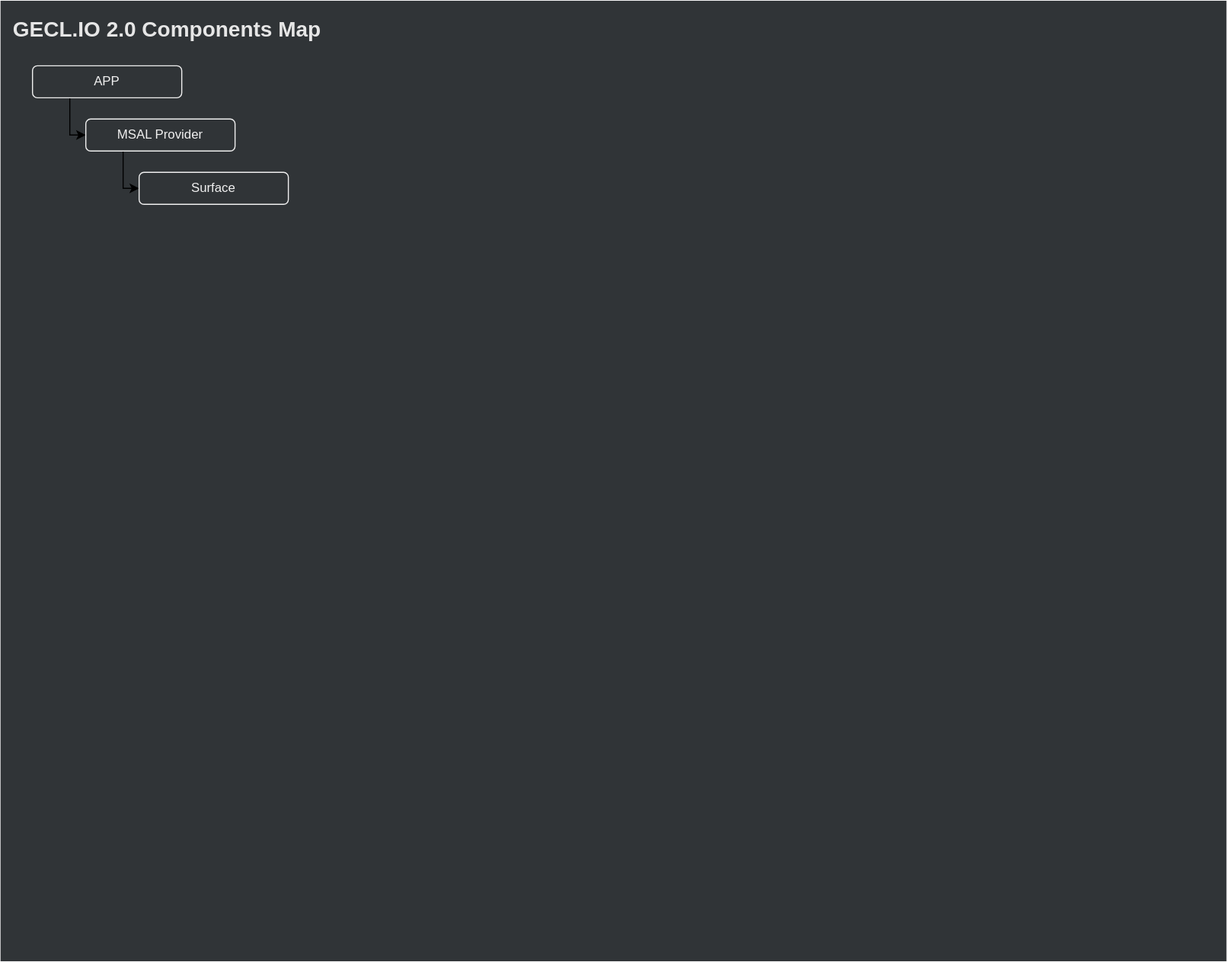
Earlier version of the draw.io export assets/.draw.io/documents/geclio2-components-diagram.svg (jiholee-ntwglobal/jiholee-ntwglobal.github.io). Source tidied: cells renumbered, new cells last; positions are measured from the earlier drawing's top-left corner, leaving out a move shared by most shapes.
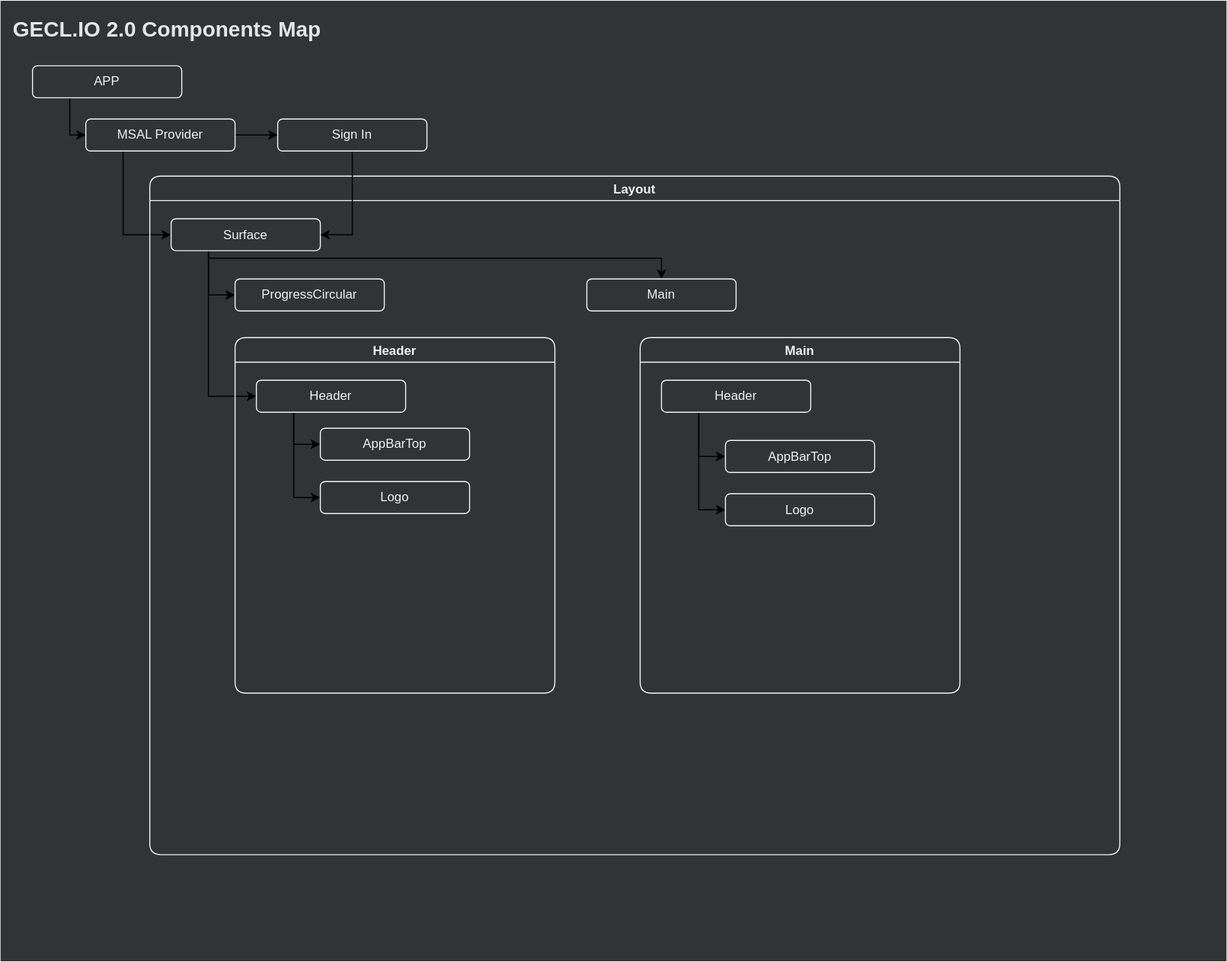
The same file after the commit.

What changed in the source:
```diff
@@ -22,15 +22,178 @@
     <mxCell id="7" style="edgeStyle=orthogonalEdgeStyle;rounded=0;jettySize=auto;html=1;exitX=0.25;exitY=1;exitDx=0;exitDy=0;entryX=0;entryY=0.5;entryDx=0;entryDy=0;" parent="3" edge="1" source="8" target="9">
       <mxGeometry relative="1" as="geometry">
         <Array as="points">
-          <mxPoint x="115" y="176" />
+          <mxPoint x="115" y="220" />
         </Array>
       </mxGeometry>
     </mxCell>
+    <mxCell id="10" style="edgeStyle=orthogonalEdgeStyle;rounded=0;jettySize=auto;html=1;entryX=0;entryY=0.5;entryDx=0;entryDy=0;" parent="3" edge="1" source="8" target="41">
+      <mxGeometry relative="1" as="geometry" />
+    </mxCell>
     <mxCell id="8" value="MSAL Provider" style="rounded=1;whiteSpace=wrap;html=1;fontColor=#F0F0F0;strokeColor=#F0F0F0;fillColor=#303437;" parent="3" vertex="1">
       <mxGeometry x="80" y="111" width="140" height="30" as="geometry" />
     </mxCell>
+    <mxCell id="11" value="Layout" style="swimlane;rounded=1;fillColor=none;fontColor=#F0F0F0;strokeColor=#F2F2F2;" parent="3" vertex="1">
+      <mxGeometry x="140" y="164.5" width="910" height="636.5" as="geometry" />
+    </mxCell>
+    <mxCell id="12" style="edgeStyle=orthogonalEdgeStyle;rounded=0;jettySize=auto;html=1;entryX=1;entryY=0.5;entryDx=0;entryDy=0;strokeColor=#CCE5FF;" parent="11" edge="1" source="x">
+      <mxGeometry relative="1" as="geometry">
+        <mxPoint x="175" y="240" as="targetPoint" />
+      </mxGeometry>
+    </mxCell>
+    <mxCell id="13" style="edgeStyle=orthogonalEdgeStyle;rounded=1;jettySize=auto;html=1;entryX=0;entryY=0.5;entryDx=0;entryDy=0;strokeColor=#FFFFCC;startArrow=classic;startFill=1;jumpStyle=arc;exitX=0.5;exitY=1;exitDx=0;exitDy=0;" parent="11" edge="1" target="x">
+      <mxGeometry relative="1" as="geometry">
+        <mxPoint x="110" y="275" as="sourcePoint" />
+        <Array as="points">
+          <mxPoint x="110" y="378" />
+        </Array>
+      </mxGeometry>
+    </mxCell>
+    <mxCell id="14" style="edgeStyle=orthogonalEdgeStyle;rounded=1;jettySize=auto;html=1;strokeColor=#CCE5FF;jumpStyle=arc;entryX=1;entryY=0.5;entryDx=0;entryDy=0;exitX=0.5;exitY=1;exitDx=0;exitDy=0;startArrow=classic;startFill=1;" parent="11" edge="1" target="x">
+      <mxGeometry relative="1" as="geometry">
+        <mxPoint x="280" y="275" as="sourcePoint" />
+        <Array as="points">
+          <mxPoint x="280" y="378" />
+        </Array>
+      </mxGeometry>
+    </mxCell>
+    <mxCell id="15" style="edgeStyle=orthogonalEdgeStyle;rounded=1;jettySize=auto;html=1;entryX=0.5;entryY=1;entryDx=0;entryDy=0;startArrow=classic;startFill=1;strokeColor=#FFFFCC;" parent="11" edge="1" source="x">
+      <mxGeometry relative="1" as="geometry">
+        <mxPoint x="195" y="130" as="targetPoint" />
+      </mxGeometry>
+    </mxCell>
+    <mxCell id="16" style="edgeStyle=orthogonalEdgeStyle;rounded=1;jettySize=auto;html=1;startArrow=none;startFill=0;exitX=1;exitY=0.25;exitDx=0;exitDy=0;strokeColor=#FFCCE6;jumpStyle=arc;entryX=0.75;entryY=0;entryDx=0;entryDy=0;" parent="11" edge="1" target="x">
+      <mxGeometry relative="1" as="geometry">
+        <mxPoint x="270" y="77.5" as="sourcePoint" />
+        <Array as="points">
+          <mxPoint x="313" y="78" />
+          <mxPoint x="313" y="115" />
+        </Array>
+      </mxGeometry>
+    </mxCell>
+    <mxCell id="17" style="edgeStyle=orthogonalEdgeStyle;rounded=0;jettySize=auto;html=1;exitX=0.25;exitY=1;exitDx=0;exitDy=0;entryX=0;entryY=0.5;entryDx=0;entryDy=0;" parent="11" edge="1" source="9" target="20">
+      <mxGeometry relative="1" as="geometry">
+        <Array as="points">
+          <mxPoint x="55" y="112" />
+        </Array>
+      </mxGeometry>
+    </mxCell>
+    <mxCell id="18" style="edgeStyle=orthogonalEdgeStyle;rounded=0;jettySize=auto;html=1;exitX=0.25;exitY=1;exitDx=0;exitDy=0;entryX=0;entryY=0.5;entryDx=0;entryDy=0;" parent="11" edge="1" source="9" target="28">
+      <mxGeometry relative="1" as="geometry">
+        <Array as="points">
+          <mxPoint x="55" y="207" />
+        </Array>
+      </mxGeometry>
+    </mxCell>
+    <mxCell id="19" style="edgeStyle=orthogonalEdgeStyle;rounded=0;jettySize=auto;html=1;exitX=0.25;exitY=1;exitDx=0;exitDy=0;entryX=0.5;entryY=0;entryDx=0;entryDy=0;" parent="11" edge="1" source="9" target="21">
+      <mxGeometry relative="1" as="geometry">
+        <Array as="points">
+          <mxPoint x="55" y="77" />
+          <mxPoint x="480" y="77" />
+        </Array>
+      </mxGeometry>
+    </mxCell>
-    <mxCell id="9" value="Surface" style="rounded=1;whiteSpace=wrap;html=1;fontColor=#F0F0F0;strokeColor=#F0F0F0;fillColor=#303437;" parent="3" vertex="1">
-      <mxGeometry x="130" y="161" width="140" height="30" as="geometry" />
+    <mxCell id="9" value="Surface" style="rounded=1;whiteSpace=wrap;html=1;fontColor=#F0F0F0;strokeColor=#F0F0F0;fillColor=#303437;" parent="11" vertex="1">
+      <mxGeometry x="20" y="40" width="140" height="30" as="geometry" />
     </mxCell>
+    <mxCell id="20" value="ProgressCircular" style="rounded=1;whiteSpace=wrap;html=1;fontColor=#F0F0F0;strokeColor=#F0F0F0;fillColor=#303437;" parent="11" vertex="1">
+      <mxGeometry x="80" y="96.5" width="140" height="30" as="geometry" />
+    </mxCell>
+    <mxCell id="21" value="Main" style="rounded=1;whiteSpace=wrap;html=1;fontColor=#F0F0F0;strokeColor=#F0F0F0;fillColor=#303437;" parent="11" vertex="1">
+      <mxGeometry x="410" y="96.5" width="140" height="30" as="geometry" />
+    </mxCell>
+    <mxCell id="22" value="Header" style="swimlane;rounded=1;fillColor=none;fontColor=#F0F0F0;strokeColor=#F2F2F2;" parent="11" vertex="1">
+      <mxGeometry x="80" y="151.5" width="300" height="333.5" as="geometry" />
+    </mxCell>
+    <mxCell id="23" style="edgeStyle=orthogonalEdgeStyle;rounded=0;orthogonalLoop=1;jettySize=auto;html=1;entryX=1;entryY=0.5;entryDx=0;entryDy=0;strokeColor=#CCE5FF;" parent="22" edge="1">
+      <mxGeometry relative="1" as="geometry">
+        <mxPoint x="175" y="240" as="targetPoint" />
+      </mxGeometry>
+    </mxCell>
+    <mxCell id="24" style="edgeStyle=orthogonalEdgeStyle;rounded=1;orthogonalLoop=1;jettySize=auto;html=1;entryX=0;entryY=0.5;entryDx=0;entryDy=0;strokeColor=#FFFFCC;startArrow=classic;startFill=1;jumpStyle=arc;exitX=0.5;exitY=1;exitDx=0;exitDy=0;" parent="22" edge="1">
+      <mxGeometry relative="1" as="geometry">
+        <mxPoint x="110" y="275" as="sourcePoint" />
+        <Array as="points">
+          <mxPoint x="110" y="378" />
+        </Array>
+      </mxGeometry>
+    </mxCell>
+    <mxCell id="25" style="edgeStyle=orthogonalEdgeStyle;rounded=1;orthogonalLoop=1;jettySize=auto;html=1;entryX=0.5;entryY=1;entryDx=0;entryDy=0;startArrow=classic;startFill=1;strokeColor=#FFFFCC;" parent="22" edge="1">
+      <mxGeometry relative="1" as="geometry">
+        <mxPoint x="195" y="130" as="targetPoint" />
+      </mxGeometry>
+    </mxCell>
+    <mxCell id="26" style="edgeStyle=orthogonalEdgeStyle;rounded=0;jettySize=auto;html=1;exitX=0.25;exitY=1;exitDx=0;exitDy=0;entryX=0;entryY=0.5;entryDx=0;entryDy=0;" parent="22" edge="1" source="28" target="29">
+      <mxGeometry relative="1" as="geometry">
+        <Array as="points">
+          <mxPoint x="55" y="100" />
+        </Array>
+      </mxGeometry>
+    </mxCell>
+    <mxCell id="27" style="edgeStyle=orthogonalEdgeStyle;rounded=0;jettySize=auto;html=1;exitX=0.25;exitY=1;exitDx=0;exitDy=0;entryX=0;entryY=0.5;entryDx=0;entryDy=0;" parent="22" edge="1" source="28" target="30">
+      <mxGeometry relative="1" as="geometry">
+        <Array as="points">
+          <mxPoint x="55" y="150" />
+        </Array>
+      </mxGeometry>
+    </mxCell>
+    <mxCell id="28" value="Header" style="rounded=1;whiteSpace=wrap;html=1;fontColor=#F0F0F0;strokeColor=#F0F0F0;fillColor=#303437;" parent="22" vertex="1">
+      <mxGeometry x="20" y="40" width="140" height="30" as="geometry" />
+    </mxCell>
+    <mxCell id="29" value="AppBarTop" style="rounded=1;whiteSpace=wrap;html=1;fontColor=#F0F0F0;strokeColor=#F0F0F0;fillColor=#303437;" parent="22" vertex="1">
+      <mxGeometry x="80" y="85" width="140" height="30" as="geometry" />
+    </mxCell>
+    <mxCell id="30" value="Logo" style="rounded=1;whiteSpace=wrap;html=1;fontColor=#F0F0F0;strokeColor=#F0F0F0;fillColor=#303437;" parent="22" vertex="1">
+      <mxGeometry x="80" y="135" width="140" height="30" as="geometry" />
+    </mxCell>
+    <mxCell id="31" value="Main" style="swimlane;rounded=1;fillColor=none;fontColor=#F0F0F0;strokeColor=#F2F2F2;" parent="11" vertex="1">
+      <mxGeometry x="460" y="151.5" width="300" height="333.5" as="geometry" />
+    </mxCell>
+    <mxCell id="32" style="edgeStyle=orthogonalEdgeStyle;rounded=0;orthogonalLoop=1;jettySize=auto;html=1;entryX=1;entryY=0.5;entryDx=0;entryDy=0;strokeColor=#CCE5FF;" parent="31" edge="1">
+      <mxGeometry relative="1" as="geometry">
+        <mxPoint x="175" y="240" as="targetPoint" />
+      </mxGeometry>
+    </mxCell>
+    <mxCell id="33" style="edgeStyle=orthogonalEdgeStyle;rounded=1;orthogonalLoop=1;jettySize=auto;html=1;entryX=0;entryY=0.5;entryDx=0;entryDy=0;strokeColor=#FFFFCC;startArrow=classic;startFill=1;jumpStyle=arc;exitX=0.5;exitY=1;exitDx=0;exitDy=0;" parent="31" edge="1">
+      <mxGeometry relative="1" as="geometry">
+        <mxPoint x="110" y="275" as="sourcePoint" />
+        <Array as="points">
+          <mxPoint x="110" y="378" />
+        </Array>
+      </mxGeometry>
+    </mxCell>
+    <mxCell id="34" style="edgeStyle=orthogonalEdgeStyle;rounded=1;orthogonalLoop=1;jettySize=auto;html=1;entryX=0.5;entryY=1;entryDx=0;entryDy=0;startArrow=classic;startFill=1;strokeColor=#FFFFCC;" parent="31" edge="1">
+      <mxGeometry relative="1" as="geometry">
+        <mxPoint x="195" y="130" as="targetPoint" />
+      </mxGeometry>
+    </mxCell>
+    <mxCell id="35" style="edgeStyle=orthogonalEdgeStyle;rounded=0;jettySize=auto;html=1;exitX=0.25;exitY=1;exitDx=0;exitDy=0;entryX=0;entryY=0.5;entryDx=0;entryDy=0;" parent="31" edge="1" source="37" target="38">
+      <mxGeometry relative="1" as="geometry">
+        <Array as="points">
+          <mxPoint x="55" y="112" />
+        </Array>
+      </mxGeometry>
+    </mxCell>
+    <mxCell id="36" style="edgeStyle=orthogonalEdgeStyle;rounded=0;jettySize=auto;html=1;exitX=0.25;exitY=1;exitDx=0;exitDy=0;entryX=0;entryY=0.5;entryDx=0;entryDy=0;" parent="31" edge="1" source="37" target="39">
+      <mxGeometry relative="1" as="geometry">
+        <Array as="points">
+          <mxPoint x="55" y="162" />
+        </Array>
+      </mxGeometry>
+    </mxCell>
+    <mxCell id="37" value="Header" style="rounded=1;whiteSpace=wrap;html=1;fontColor=#F0F0F0;strokeColor=#F0F0F0;fillColor=#303437;" parent="31" vertex="1">
+      <mxGeometry x="20" y="40" width="140" height="30" as="geometry" />
+    </mxCell>
+    <mxCell id="38" value="AppBarTop" style="rounded=1;whiteSpace=wrap;html=1;fontColor=#F0F0F0;strokeColor=#F0F0F0;fillColor=#303437;" parent="31" vertex="1">
+      <mxGeometry x="80" y="96.5" width="140" height="30" as="geometry" />
+    </mxCell>
+    <mxCell id="39" value="Logo" style="rounded=1;whiteSpace=wrap;html=1;fontColor=#F0F0F0;strokeColor=#F0F0F0;fillColor=#303437;" parent="31" vertex="1">
+      <mxGeometry x="80" y="146.5" width="140" height="30" as="geometry" />
+    </mxCell>
+    <mxCell id="40" style="edgeStyle=orthogonalEdgeStyle;rounded=0;jettySize=auto;html=1;entryX=1;entryY=0.5;entryDx=0;entryDy=0;" parent="3" edge="1" source="41" target="9">
+      <mxGeometry relative="1" as="geometry" />
+    </mxCell>
+    <mxCell id="41" value="Sign In" style="rounded=1;whiteSpace=wrap;html=1;fontColor=#F0F0F0;strokeColor=#F0F0F0;fillColor=#303437;" parent="3" vertex="1">
+      <mxGeometry x="260" y="111" width="140" height="30" as="geometry" />
+    </mxCell>
   </root>
 </mxGraphModel>
```
